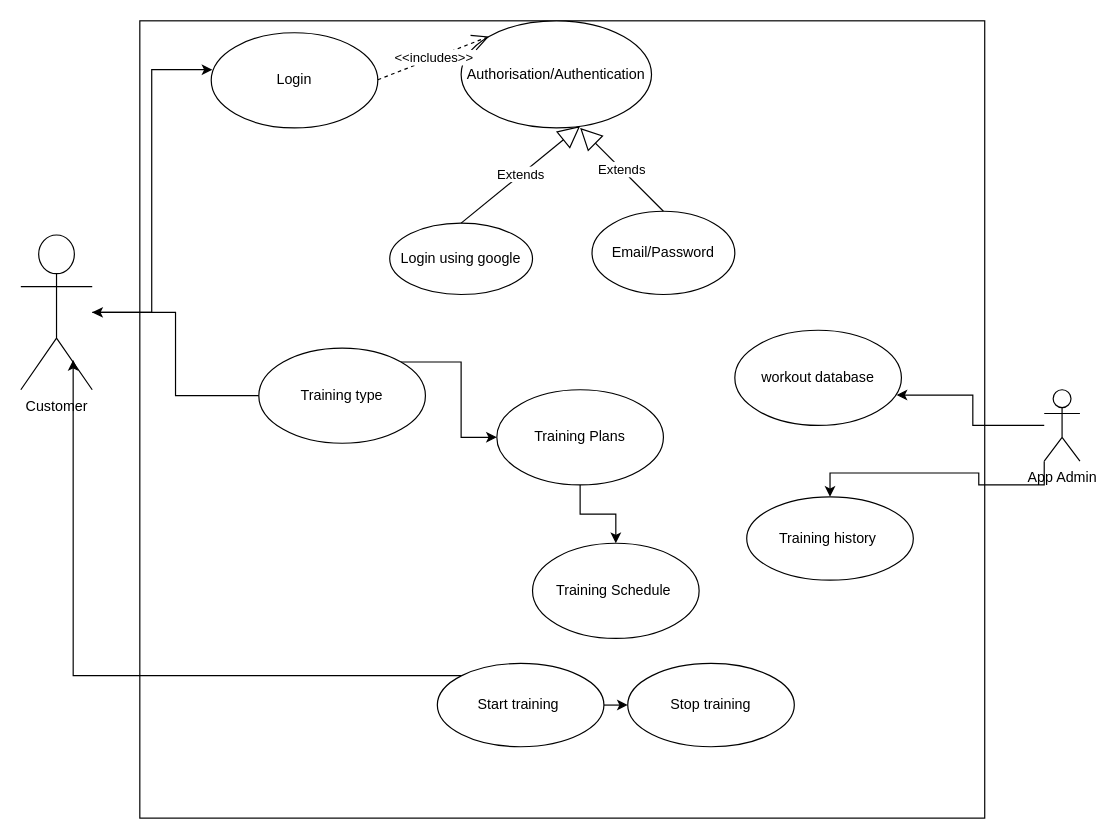
The draw.io diagram LiftersClub.drawio in Tosinfamzy/theliftersclub, before the edit. Source tidied: cells renumbered, new cells numbered last; positions are measured from the earlier drawing's top-left corner, leaving out a move shared by most shapes. Both pictures are drawn from the tidied source at 119%, with x=0, y=0 at pixel (20, 20).
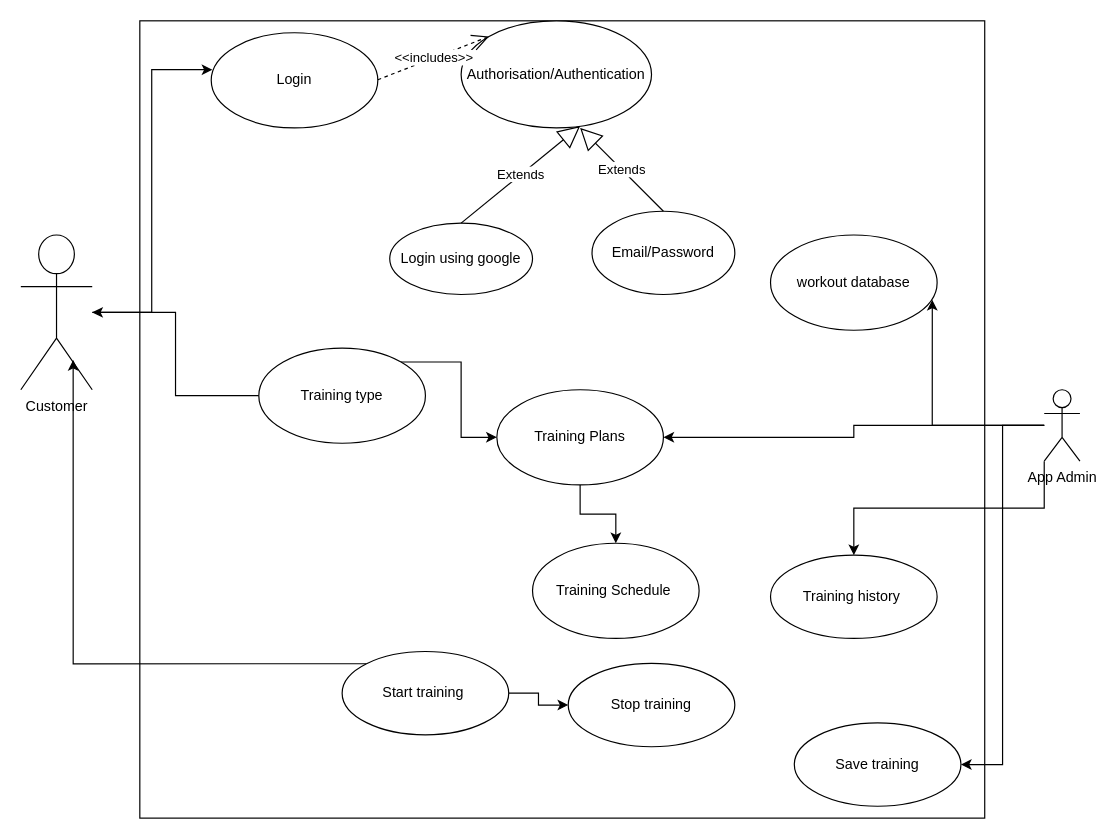
The same diagram, later.

The change refers to these unchanged cells:
```xml
<mxCell id="10" value="Training Plans" style="ellipse;whiteSpace=wrap;html=1;" parent="1" vertex="1">
  <mxGeometry x="400" y="310" width="140" height="80" as="geometry" />
</mxCell>
<mxCell id="18" value="App Admin" style="shape=umlActor;verticalLabelPosition=bottom;verticalAlign=top;html=1;" parent="1" vertex="1">
  <mxGeometry x="860" y="310" width="30" height="60" as="geometry" />
</mxCell>
```

Diff of the diagram source:
```diff
@@
     <mxCell id="7" value="workout database" style="ellipse;whiteSpace=wrap;html=1;" parent="1" vertex="1">
-      <mxGeometry x="600" y="260" width="140" height="80" as="geometry" />
+      <mxGeometry x="630" y="180" width="140" height="80" as="geometry" />
     </mxCell>
@@
+    <mxCell id="27" style="edgeStyle=orthogonalEdgeStyle;rounded=0;jettySize=auto;html=1;" parent="1" edge="1" source="18" target="10">
+      <mxGeometry relative="1" as="geometry" />
+    </mxCell>
+    <mxCell id="28" style="edgeStyle=orthogonalEdgeStyle;rounded=0;jettySize=auto;html=1;entryX=1;entryY=0.5;entryDx=0;entryDy=0;" parent="1" edge="1" source="18" target="29">
+      <mxGeometry relative="1" as="geometry" />
+    </mxCell>
@@
     <mxCell id="24" value="Start training&amp;nbsp;" style="ellipse;whiteSpace=wrap;html=1;" parent="1" vertex="1">
-      <mxGeometry x="350" y="540" width="140" height="70" as="geometry" />
+      <mxGeometry x="270" y="530" width="140" height="70" as="geometry" />
     </mxCell>
     <mxCell id="25" value="Stop training" style="ellipse;whiteSpace=wrap;html=1;" parent="1" vertex="1">
-      <mxGeometry x="510" y="540" width="140" height="70" as="geometry" />
+      <mxGeometry x="460" y="540" width="140" height="70" as="geometry" />
     </mxCell>
     <mxCell id="26" value="Training history&amp;nbsp;" style="ellipse;whiteSpace=wrap;html=1;" parent="1" vertex="1">
-      <mxGeometry x="610" y="400" width="140" height="70" as="geometry" />
+      <mxGeometry x="630" y="449" width="140" height="70" as="geometry" />
     </mxCell>
+    <mxCell id="29" value="Save training" style="ellipse;whiteSpace=wrap;html=1;" parent="1" vertex="1">
+      <mxGeometry x="650" y="590" width="140" height="70" as="geometry" />
+    </mxCell>
```
